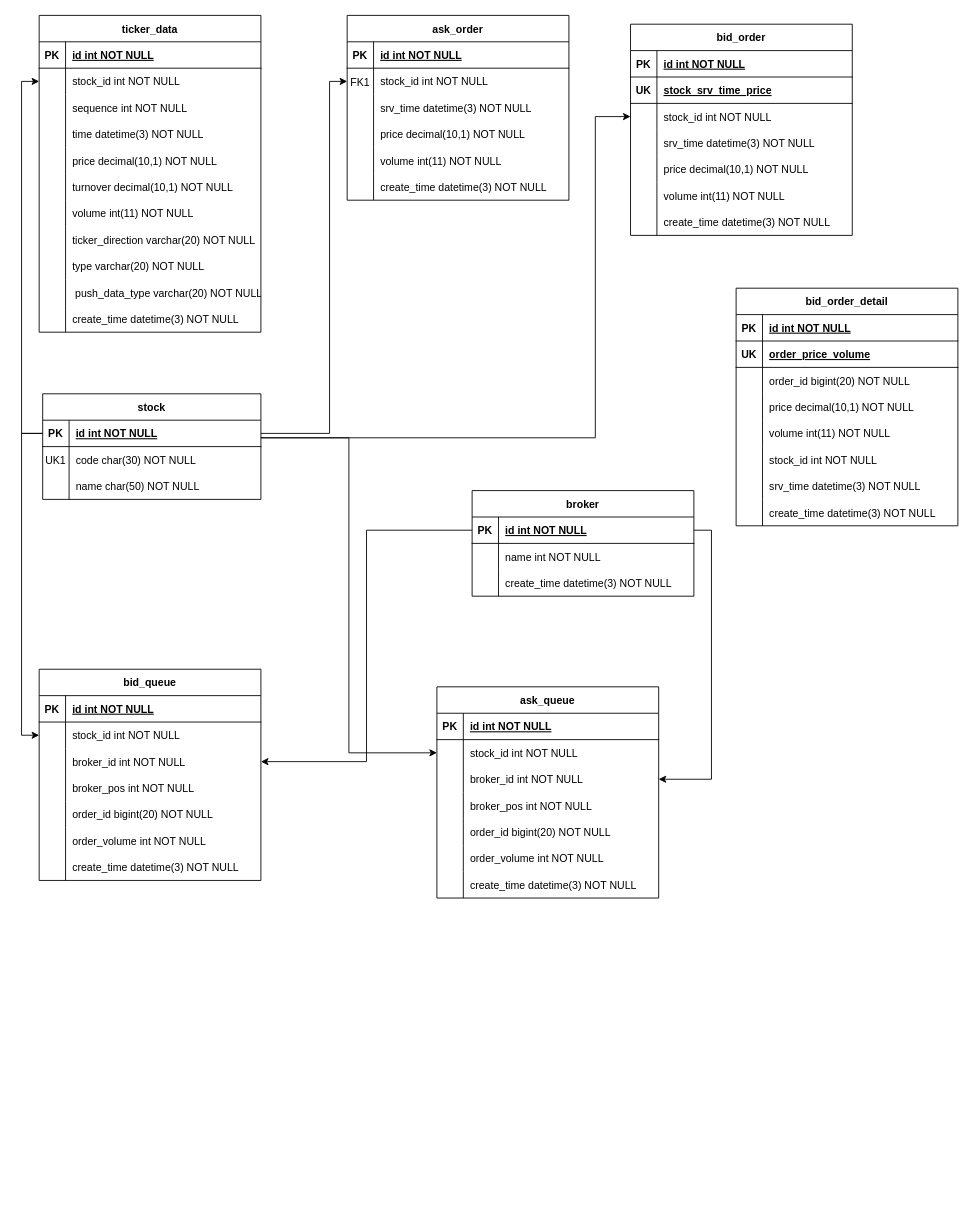
Before: docs/futu.drawio in dulingkang/python, a draw.io diagram. Source tidied: cells renumbered, new cells numbered last; positions are measured from the earlier drawing's top-left corner, leaving out a move shared by most shapes. Both pictures are drawn from the tidied source at 88%, with x=0, y=0 at pixel (39, 15).
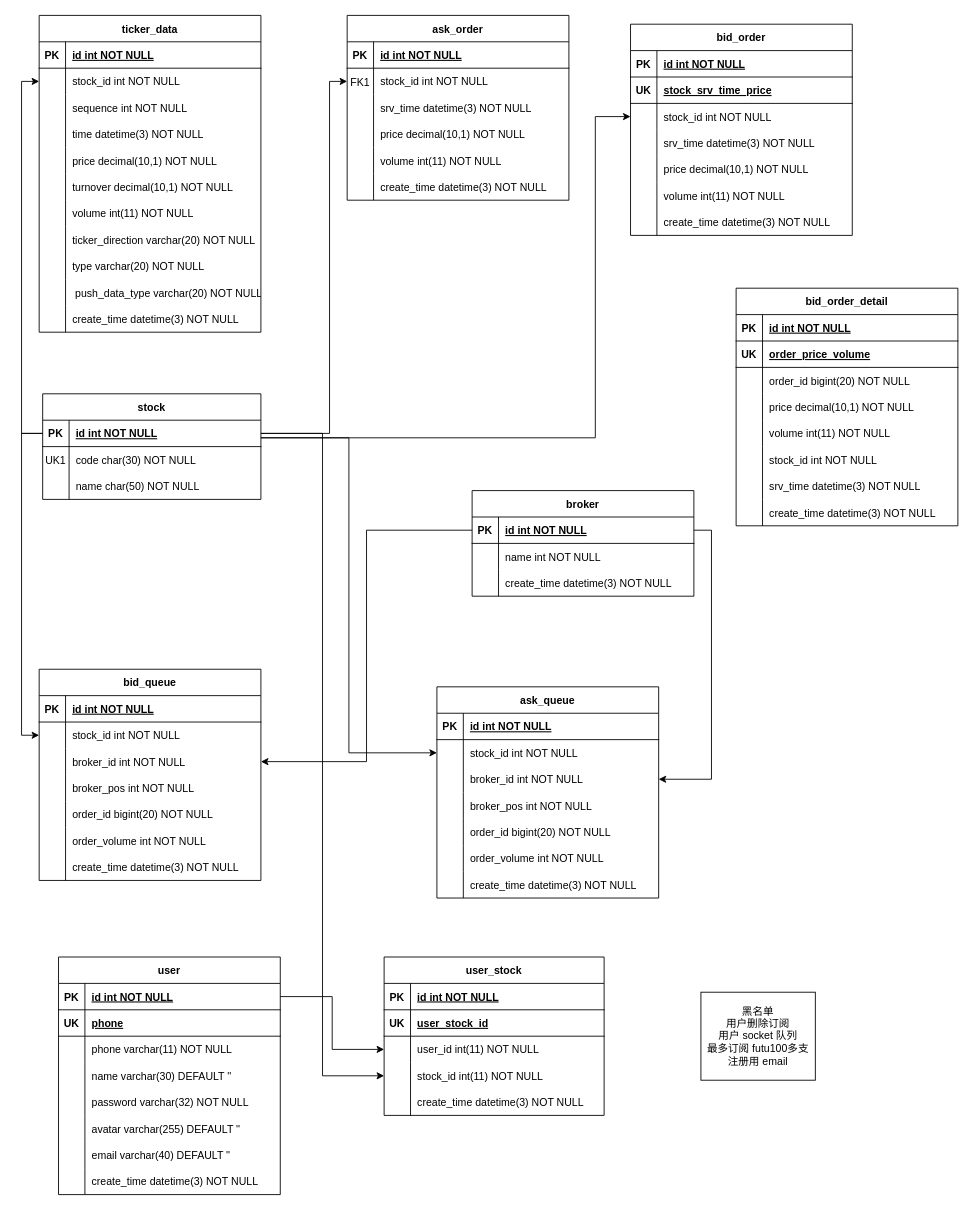
The same page after the edit.

Unchanged cells that the change refers to:
```xml
<mxCell id="22" style="shape=partialRectangle;fillColor=none;points=[[0,0.5],[1,0.5]];portConstraint=eastwest;top=0;left=0;right=0;bottom=1;" parent="21" vertex="1">
  <mxGeometry y="30" width="248" height="30" as="geometry" />
</mxCell>
```

Change to the diagram source:
```diff
@@
+    <mxCell id="176" value="user" style="shape=table;startSize=30;childLayout=tableLayout;rowLines=0;fontStyle=1;align=center;" parent="1" vertex="1">
+      <mxGeometry x="22" y="1070" width="252" height="270" as="geometry" />
+    </mxCell>
+    <mxCell id="177" style="shape=partialRectangle;fillColor=none;points=[[0,0.5],[1,0.5]];portConstraint=eastwest;top=0;left=0;right=0;bottom=1;" parent="176" vertex="1">
+      <mxGeometry y="30" width="252" height="30" as="geometry" />
+    </mxCell>
+    <mxCell id="178" value="PK" style="shape=partialRectangle;overflow=hidden;fillColor=none;top=0;left=0;bottom=0;right=0;fontStyle=1;" parent="177" vertex="1">
+      <mxGeometry width="30" height="30" as="geometry" />
+    </mxCell>
+    <mxCell id="179" value="id int NOT NULL " style="shape=partialRectangle;overflow=hidden;fillColor=none;top=0;left=0;bottom=0;right=0;align=left;spacingLeft=6;fontStyle=5;" parent="177" vertex="1">
+      <mxGeometry x="30" width="222" height="30" as="geometry" />
+    </mxCell>
+    <mxCell id="180" style="shape=partialRectangle;fillColor=none;top=0;left=0;right=0;bottom=1;" parent="176" vertex="1">
+      <mxGeometry y="60" width="252" height="30" as="geometry" />
+    </mxCell>
+    <mxCell id="181" value="UK" style="shape=partialRectangle;overflow=hidden;fillColor=none;top=0;left=0;bottom=0;right=0;fontStyle=1;" parent="180" vertex="1">
+      <mxGeometry width="30" height="30" as="geometry" />
+    </mxCell>
+    <mxCell id="182" value="phone" style="shape=partialRectangle;overflow=hidden;fillColor=none;top=0;left=0;bottom=0;right=0;align=left;spacingLeft=6;fontStyle=5;" parent="180" vertex="1">
+      <mxGeometry x="30" width="222" height="30" as="geometry" />
+    </mxCell>
+    <mxCell id="183" style="shape=partialRectangle;fillColor=none;top=0;left=0;right=0;bottom=0;" parent="176" vertex="1">
+      <mxGeometry y="90" width="252" height="30" as="geometry" />
+    </mxCell>
+    <mxCell id="184" style="shape=partialRectangle;overflow=hidden;fillColor=none;top=0;left=0;bottom=0;right=0;" parent="183" vertex="1">
+      <mxGeometry width="30" height="30" as="geometry" />
+    </mxCell>
+    <mxCell id="185" value="phone varchar(11) NOT NULL" style="shape=partialRectangle;overflow=hidden;fillColor=none;top=0;left=0;bottom=0;right=0;align=left;spacingLeft=6;" parent="183" vertex="1">
+      <mxGeometry x="30" width="222" height="30" as="geometry" />
+    </mxCell>
+    <mxCell id="186" style="shape=partialRectangle;fillColor=none;top=0;left=0;right=0;bottom=0;" parent="176" vertex="1">
+      <mxGeometry y="120" width="252" height="30" as="geometry" />
+    </mxCell>
+    <mxCell id="187" style="shape=partialRectangle;overflow=hidden;fillColor=none;top=0;left=0;bottom=0;right=0;" parent="186" vertex="1">
+      <mxGeometry width="30" height="30" as="geometry" />
+    </mxCell>
+    <mxCell id="188" value="name varchar(30) DEFAULT ''" style="shape=partialRectangle;overflow=hidden;fillColor=none;top=0;left=0;bottom=0;right=0;align=left;spacingLeft=6;" parent="186" vertex="1">
+      <mxGeometry x="30" width="222" height="30" as="geometry" />
+    </mxCell>
+    <mxCell id="189" style="shape=partialRectangle;fillColor=none;top=0;left=0;right=0;bottom=0;" parent="176" vertex="1">
+      <mxGeometry y="150" width="252" height="30" as="geometry" />
+    </mxCell>
+    <mxCell id="190" style="shape=partialRectangle;overflow=hidden;fillColor=none;top=0;left=0;bottom=0;right=0;" parent="189" vertex="1">
+      <mxGeometry width="30" height="30" as="geometry" />
+    </mxCell>
+    <mxCell id="191" value="password varchar(32) NOT NULL" style="shape=partialRectangle;overflow=hidden;fillColor=none;top=0;left=0;bottom=0;right=0;align=left;spacingLeft=6;" parent="189" vertex="1">
+      <mxGeometry x="30" width="222" height="30" as="geometry" />
+    </mxCell>
+    <mxCell id="192" style="shape=partialRectangle;fillColor=none;top=0;left=0;right=0;bottom=0;" parent="176" vertex="1">
+      <mxGeometry y="180" width="252" height="30" as="geometry" />
+    </mxCell>
+    <mxCell id="193" style="shape=partialRectangle;overflow=hidden;fillColor=none;top=0;left=0;bottom=0;right=0;" parent="192" vertex="1">
+      <mxGeometry width="30" height="30" as="geometry" />
+    </mxCell>
+    <mxCell id="194" value="avatar varchar(255) DEFAULT ''" style="shape=partialRectangle;overflow=hidden;fillColor=none;top=0;left=0;bottom=0;right=0;align=left;spacingLeft=6;" parent="192" vertex="1">
+      <mxGeometry x="30" width="222" height="30" as="geometry" />
+    </mxCell>
+    <mxCell id="195" style="shape=partialRectangle;fillColor=none;top=0;left=0;right=0;bottom=0;" parent="176" vertex="1">
+      <mxGeometry y="210" width="252" height="30" as="geometry" />
+    </mxCell>
+    <mxCell id="196" style="shape=partialRectangle;overflow=hidden;fillColor=none;top=0;left=0;bottom=0;right=0;" parent="195" vertex="1">
+      <mxGeometry width="30" height="30" as="geometry" />
+    </mxCell>
+    <mxCell id="197" value="email varchar(40) DEFAULT ''" style="shape=partialRectangle;overflow=hidden;fillColor=none;top=0;left=0;bottom=0;right=0;align=left;spacingLeft=6;" parent="195" vertex="1">
+      <mxGeometry x="30" width="222" height="30" as="geometry" />
+    </mxCell>
+    <mxCell id="198" style="shape=partialRectangle;fillColor=none;top=0;left=0;right=0;bottom=0;" parent="176" vertex="1">
+      <mxGeometry y="240" width="252" height="30" as="geometry" />
+    </mxCell>
+    <mxCell id="199" style="shape=partialRectangle;overflow=hidden;fillColor=none;top=0;left=0;bottom=0;right=0;" parent="198" vertex="1">
+      <mxGeometry width="30" height="30" as="geometry" />
+    </mxCell>
+    <mxCell id="200" value="create_time datetime(3) NOT NULL " style="shape=partialRectangle;overflow=hidden;fillColor=none;top=0;left=0;bottom=0;right=0;align=left;spacingLeft=6;" parent="198" vertex="1">
+      <mxGeometry x="30" width="222" height="30" as="geometry" />
+    </mxCell>
+    <mxCell id="201" value="user_stock" style="shape=table;startSize=30;childLayout=tableLayout;rowLines=0;fontStyle=1;align=center;" parent="1" vertex="1">
+      <mxGeometry x="392" y="1070" width="250" height="180" as="geometry" />
+    </mxCell>
+    <mxCell id="202" style="shape=partialRectangle;fillColor=none;top=0;left=0;right=0;bottom=1;" parent="201" vertex="1">
+      <mxGeometry y="30" width="250" height="30" as="geometry" />
+    </mxCell>
+    <mxCell id="203" value="PK" style="shape=partialRectangle;overflow=hidden;fillColor=none;top=0;left=0;bottom=0;right=0;fontStyle=1;" parent="202" vertex="1">
+      <mxGeometry width="30" height="30" as="geometry" />
+    </mxCell>
+    <mxCell id="204" value="id int NOT NULL " style="shape=partialRectangle;overflow=hidden;fillColor=none;top=0;left=0;bottom=0;right=0;align=left;spacingLeft=6;fontStyle=5;" parent="202" vertex="1">
+      <mxGeometry x="30" width="220" height="30" as="geometry" />
+    </mxCell>
+    <mxCell id="205" style="shape=partialRectangle;fillColor=none;top=0;left=0;right=0;bottom=1;" parent="201" vertex="1">
+      <mxGeometry y="60" width="250" height="30" as="geometry" />
+    </mxCell>
+    <mxCell id="206" value="UK" style="shape=partialRectangle;overflow=hidden;fillColor=none;top=0;left=0;bottom=0;right=0;fontStyle=1;" parent="205" vertex="1">
+      <mxGeometry width="30" height="30" as="geometry" />
+    </mxCell>
+    <mxCell id="207" value="user_stock_id" style="shape=partialRectangle;overflow=hidden;fillColor=none;top=0;left=0;bottom=0;right=0;align=left;spacingLeft=6;fontStyle=5;" parent="205" vertex="1">
+      <mxGeometry x="30" width="220" height="30" as="geometry" />
+    </mxCell>
+    <mxCell id="208" style="shape=partialRectangle;fillColor=none;points=[[0,0.5],[1,0.5]];portConstraint=eastwest;top=0;left=0;right=0;bottom=0;" parent="201" vertex="1">
+      <mxGeometry y="90" width="250" height="30" as="geometry" />
+    </mxCell>
+    <mxCell id="209" style="shape=partialRectangle;overflow=hidden;fillColor=none;top=0;left=0;bottom=0;right=0;" parent="208" vertex="1">
+      <mxGeometry width="30" height="30" as="geometry" />
+    </mxCell>
+    <mxCell id="210" value="user_id int(11) NOT NULL" style="shape=partialRectangle;overflow=hidden;fillColor=none;top=0;left=0;bottom=0;right=0;align=left;spacingLeft=6;" parent="208" vertex="1">
+      <mxGeometry x="30" width="220" height="30" as="geometry" />
+    </mxCell>
+    <mxCell id="211" style="shape=partialRectangle;fillColor=none;points=[[0,0.5],[1,0.5]];portConstraint=eastwest;top=0;left=0;right=0;bottom=0;" parent="201" vertex="1">
+      <mxGeometry y="120" width="250" height="30" as="geometry" />
+    </mxCell>
+    <mxCell id="212" style="shape=partialRectangle;overflow=hidden;fillColor=none;top=0;left=0;bottom=0;right=0;" parent="211" vertex="1">
+      <mxGeometry width="30" height="30" as="geometry" />
+    </mxCell>
+    <mxCell id="213" value="stock_id int(11) NOT NULL" style="shape=partialRectangle;overflow=hidden;fillColor=none;top=0;left=0;bottom=0;right=0;align=left;spacingLeft=6;" parent="211" vertex="1">
+      <mxGeometry x="30" width="220" height="30" as="geometry" />
+    </mxCell>
+    <mxCell id="214" style="shape=partialRectangle;fillColor=none;top=0;left=0;right=0;bottom=0;" parent="201" vertex="1">
+      <mxGeometry y="150" width="250" height="30" as="geometry" />
+    </mxCell>
+    <mxCell id="215" style="shape=partialRectangle;overflow=hidden;fillColor=none;top=0;left=0;bottom=0;right=0;" parent="214" vertex="1">
+      <mxGeometry width="30" height="30" as="geometry" />
+    </mxCell>
+    <mxCell id="216" value="create_time datetime(3) NOT NULL " style="shape=partialRectangle;overflow=hidden;fillColor=none;top=0;left=0;bottom=0;right=0;align=left;spacingLeft=6;" parent="214" vertex="1">
+      <mxGeometry x="30" width="220" height="30" as="geometry" />
+    </mxCell>
+    <mxCell id="217" style="edgeStyle=orthogonalEdgeStyle;rounded=0;jettySize=auto;html=1;exitX=1;exitY=0.5;exitDx=0;exitDy=0;entryX=0;entryY=0.5;entryDx=0;entryDy=0;" parent="1" edge="1" source="177" target="208">
+      <mxGeometry relative="1" as="geometry" />
+    </mxCell>
+    <mxCell id="218" style="edgeStyle=orthogonalEdgeStyle;rounded=0;jettySize=auto;html=1;exitX=1;exitY=0.5;exitDx=0;exitDy=0;entryX=0;entryY=0.5;entryDx=0;entryDy=0;" parent="1" edge="1" source="22" target="211">
+      <mxGeometry relative="1" as="geometry" />
+    </mxCell>
+    <mxCell id="219" value="黑名单&lt;br&gt;用户删除订阅&lt;br&gt;用户 socket 队列&lt;br&gt;最多订阅 futu100多支&lt;br&gt;注册用 email&lt;br&gt;" style="rounded=0;whiteSpace=wrap;html=1;" parent="1" vertex="1">
+      <mxGeometry x="752" y="1110" width="130" height="100" as="geometry" />
+    </mxCell>
```
